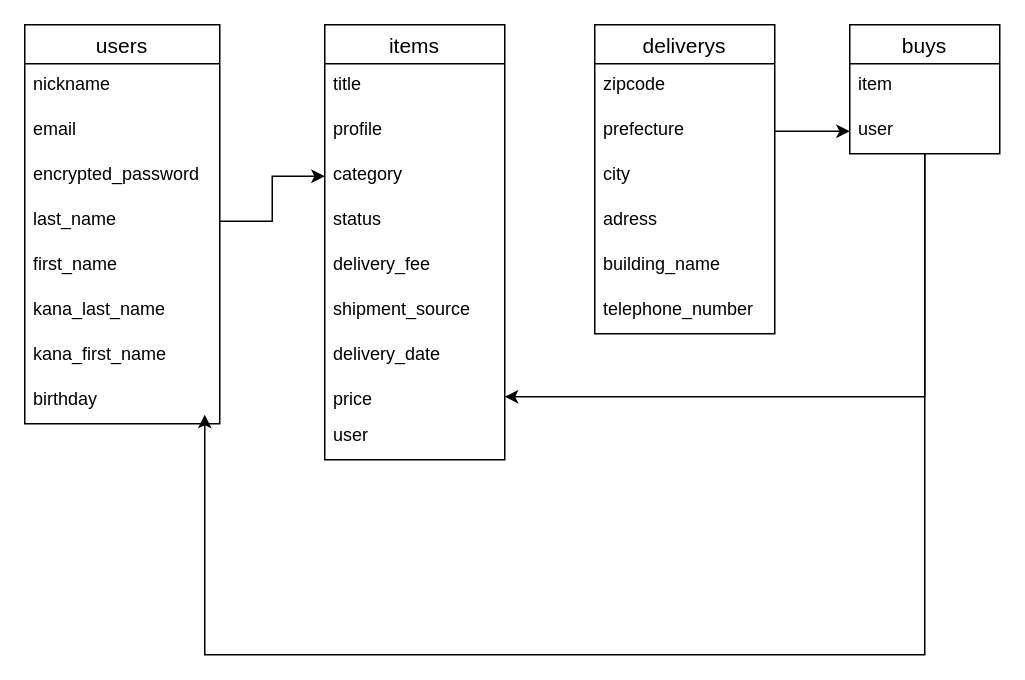
The draw.io diagram test.dio in taiki365/furima-37099, before the edit. Source tidied: cells renumbered, new cells numbered last; positions are measured from the earlier drawing's top-left corner, leaving out a move shared by most shapes. Both pictures are drawn from the tidied source at 150%, with x=0, y=0 at pixel (24, 24).
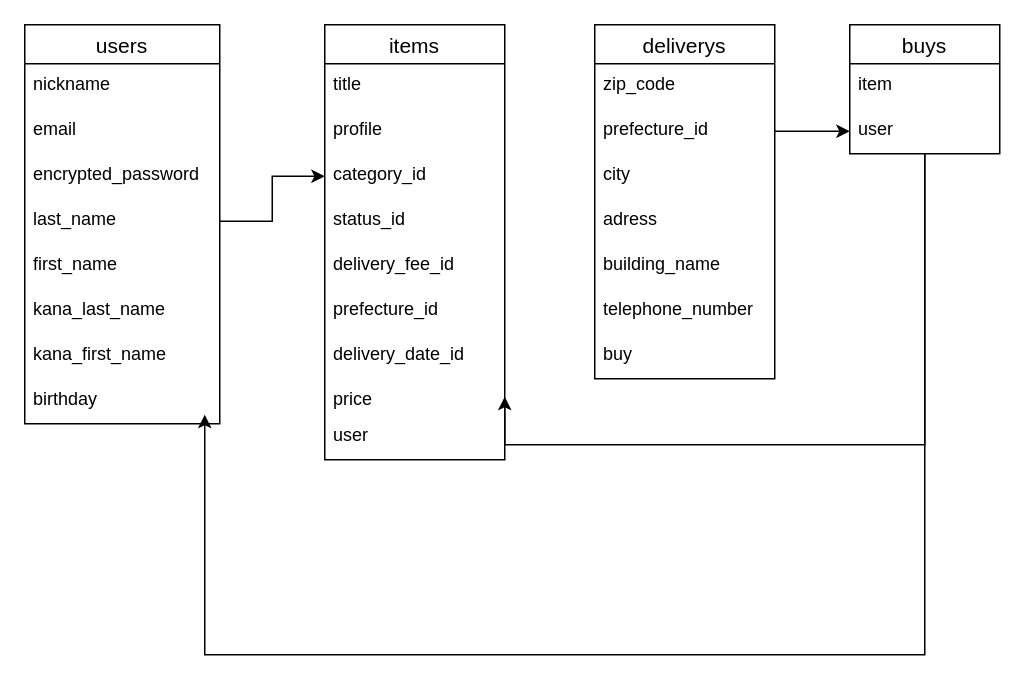
After the change.

Commit message (it also covers changes not shown here):
データベース設計　type修正3

The change refers to these unchanged cells:
```xml
<mxCell id="13" value="buys" style="swimlane;fontStyle=0;horizontal=1;startSize=26;align=center;fontSize=14;" parent="1" vertex="1">
  <mxGeometry x="550" width="100" height="86" as="geometry" />
</mxCell>
<mxCell id="16" value="items" style="swimlane;fontStyle=0;horizontal=1;startSize=26;align=center;fontSize=14;" parent="1" vertex="1">
  <mxGeometry x="200" width="120" height="290" as="geometry" />
</mxCell>
<mxCell id="24" value="price" style="text;strokeColor=none;fillColor=none;spacingLeft=4;spacingRight=4;overflow=hidden;points=[[0,0.5],[1,0.5]];portConstraint=eastwest;fontSize=12;" parent="16" vertex="1">
  <mxGeometry y="236" width="120" height="24" as="geometry" />
</mxCell>
```

Change to the diagram source:
```diff
@@
     <mxCell id="12" style="edgeStyle=orthogonalEdgeStyle;rounded=0;jettySize=auto;html=1;entryX=1;entryY=0.5;entryDx=0;entryDy=0;" parent="1" edge="1" source="13" target="24">
-      <mxGeometry relative="1" as="geometry" />
+      <mxGeometry relative="1" as="geometry">
+        <Array as="points">
+          <mxPoint x="600" y="280" />
+          <mxPoint x="320" y="280" />
+        </Array>
+      </mxGeometry>
     </mxCell>
@@
-    <mxCell id="19" value="category" style="text;strokeColor=none;fillColor=none;spacingLeft=4;spacingRight=4;overflow=hidden;points=[[0,0.5],[1,0.5]];portConstraint=eastwest;fontSize=12;" parent="16" vertex="1">
+    <mxCell id="19" value="category_id" style="text;strokeColor=none;fillColor=none;spacingLeft=4;spacingRight=4;overflow=hidden;points=[[0,0.5],[1,0.5]];portConstraint=eastwest;fontSize=12;" parent="16" vertex="1">
       <mxGeometry y="86" width="120" height="30" as="geometry" />
     </mxCell>
-    <mxCell id="20" value="status" style="text;strokeColor=none;fillColor=none;spacingLeft=4;spacingRight=4;overflow=hidden;fontSize=12;" parent="16" vertex="1">
+    <mxCell id="20" value="status_id" style="text;strokeColor=none;fillColor=none;spacingLeft=4;spacingRight=4;overflow=hidden;fontSize=12;" parent="16" vertex="1">
       <mxGeometry y="116" width="120" height="30" as="geometry" />
     </mxCell>
-    <mxCell id="21" value="delivery_fee" style="text;strokeColor=none;fillColor=none;spacingLeft=4;spacingRight=4;overflow=hidden;fontSize=12;" parent="16" vertex="1">
+    <mxCell id="21" value="delivery_fee_id" style="text;strokeColor=none;fillColor=none;spacingLeft=4;spacingRight=4;overflow=hidden;fontSize=12;" parent="16" vertex="1">
       <mxGeometry y="146" width="120" height="30" as="geometry" />
     </mxCell>
-    <mxCell id="22" value="shipment_source" style="text;strokeColor=none;fillColor=none;spacingLeft=4;spacingRight=4;overflow=hidden;fontSize=12;" parent="16" vertex="1">
+    <mxCell id="22" value="prefecture_id" style="text;strokeColor=none;fillColor=none;spacingLeft=4;spacingRight=4;overflow=hidden;fontSize=12;" parent="16" vertex="1">
       <mxGeometry y="176" width="120" height="30" as="geometry" />
     </mxCell>
-    <mxCell id="23" value="delivery_date" style="text;strokeColor=none;fillColor=none;spacingLeft=4;spacingRight=4;overflow=hidden;fontSize=12;" parent="16" vertex="1">
+    <mxCell id="23" value="delivery_date_id" style="text;strokeColor=none;fillColor=none;spacingLeft=4;spacingRight=4;overflow=hidden;fontSize=12;" parent="16" vertex="1">
       <mxGeometry y="206" width="120" height="30" as="geometry" />
     </mxCell>
@@
     <mxCell id="26" value="deliverys" style="swimlane;fontStyle=0;horizontal=1;startSize=26;align=center;fontSize=14;" parent="1" vertex="1">
-      <mxGeometry x="380" width="120" height="206" as="geometry" />
+      <mxGeometry x="380" width="120" height="236" as="geometry" />
     </mxCell>
-    <mxCell id="27" value="zipcode" style="text;strokeColor=none;fillColor=none;spacingLeft=4;spacingRight=4;overflow=hidden;fontSize=12;" parent="26" vertex="1">
+    <mxCell id="27" value="zip_code" style="text;strokeColor=none;fillColor=none;spacingLeft=4;spacingRight=4;overflow=hidden;fontSize=12;" parent="26" vertex="1">
       <mxGeometry y="26" width="120" height="30" as="geometry" />
     </mxCell>
-    <mxCell id="28" value="prefecture" style="text;strokeColor=none;fillColor=none;spacingLeft=4;spacingRight=4;overflow=hidden;points=[[0,0.5],[1,0.5]];portConstraint=eastwest;fontSize=12;" parent="26" vertex="1">
+    <mxCell id="28" value="prefecture_id" style="text;strokeColor=none;fillColor=none;spacingLeft=4;spacingRight=4;overflow=hidden;points=[[0,0.5],[1,0.5]];portConstraint=eastwest;fontSize=12;" parent="26" vertex="1">
       <mxGeometry y="56" width="120" height="30" as="geometry" />
     </mxCell>
@@
+    <mxCell id="35" value="buy" style="text;strokeColor=none;fillColor=none;spacingLeft=4;spacingRight=4;overflow=hidden;fontSize=12;" parent="26" vertex="1">
+      <mxGeometry y="206" width="120" height="30" as="geometry" />
+    </mxCell>
```
